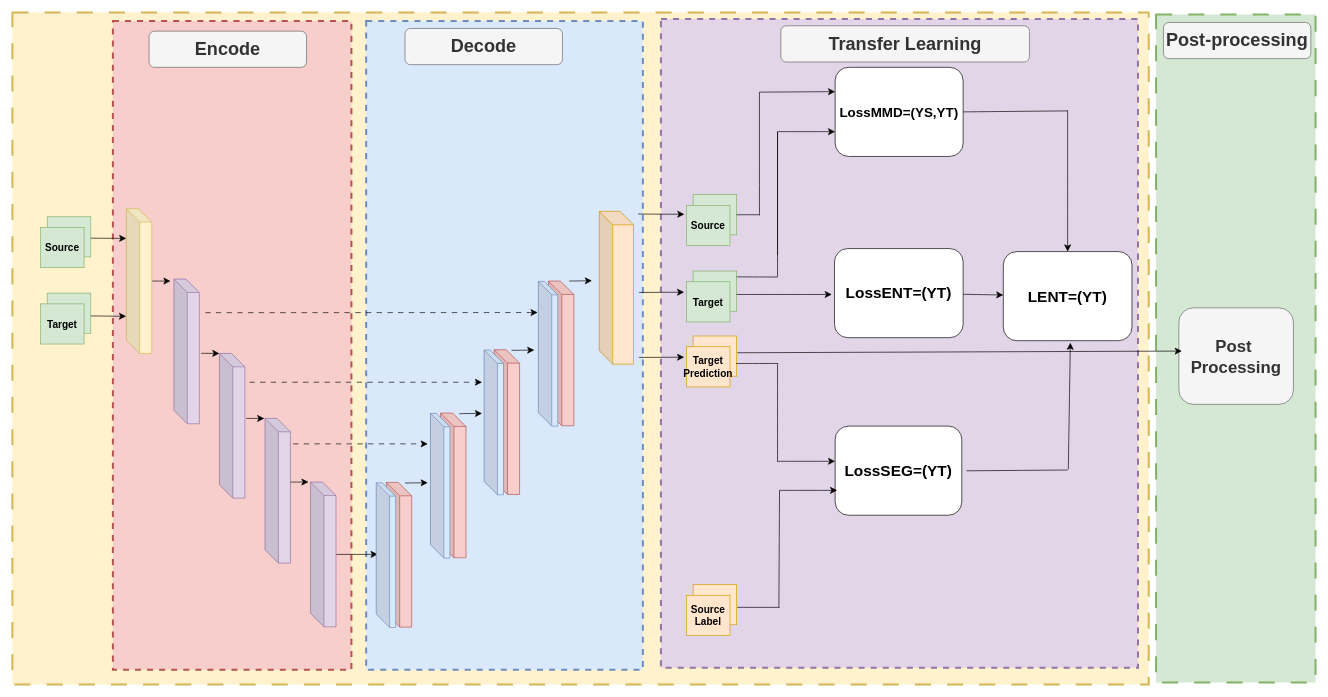
Earlier version of the draw.io diagram Spatina Net.drawio (Yingda-Yu/Spartina-Earth). Source tidied: cells renumbered, new cells numbered last; positions are measured from the earlier drawing's top-left corner, leaving out a move shared by most shapes. Both pictures are drawn from the tidied source at 67%, with x=0, y=0 at pixel (12, 12).
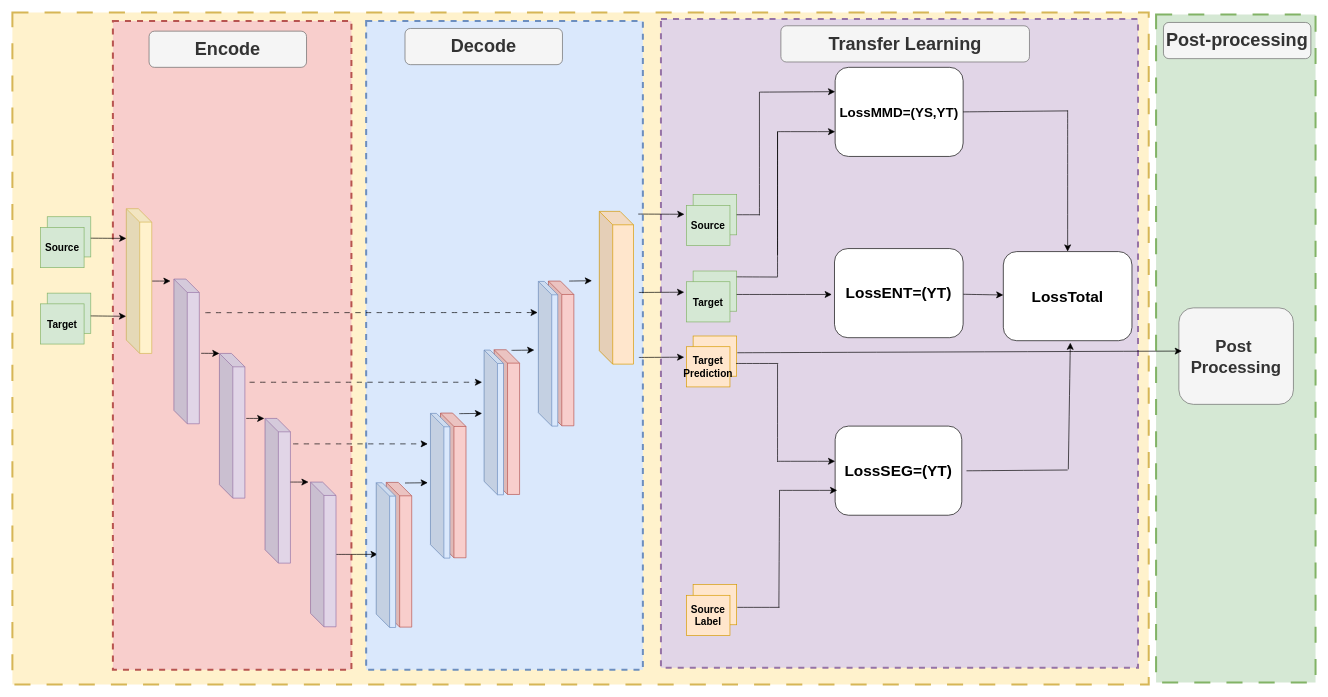
After the change.

Diff of the diagram source:
```diff
@@
-    <mxCell id="69" value="&lt;font style=&quot;font-size: 23px;&quot;&gt;&lt;b&gt;LENT=(YT)&lt;/b&gt;&lt;/font&gt;" style="rounded=1;whiteSpace=wrap;html=1;" parent="1" vertex="1">
+    <mxCell id="69" value="&lt;font style=&quot;font-size: 23px;&quot;&gt;&lt;b&gt;LossTotal&lt;/b&gt;&lt;/font&gt;" style="rounded=1;whiteSpace=wrap;html=1;" parent="1" vertex="1">
       <mxGeometry x="1479" y="357" width="192" height="133" as="geometry" />
     </mxCell>
```
